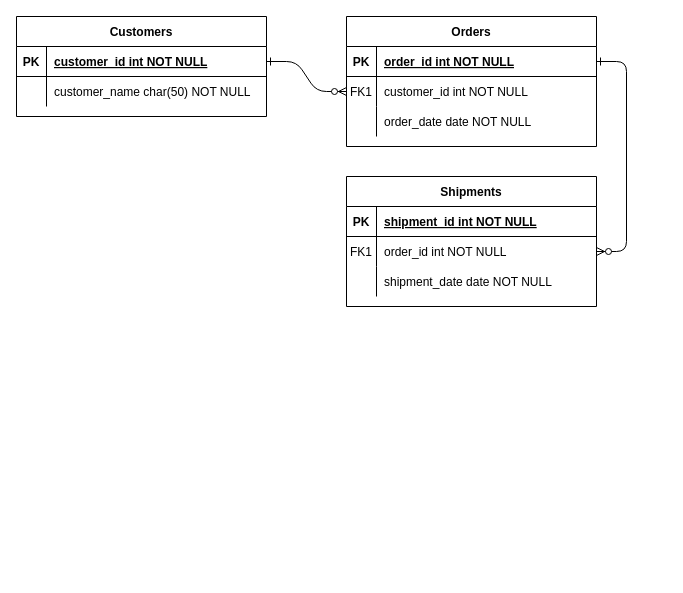
Above: The_Library_Of_Me_ERD.drawio in pierocaceres/The_Library_Of_Me (draw.io), before the change. Source tidied: cells renumbered, new cells numbered last; positions are measured from the earlier drawing's top-left corner, leaving out a move shared by most shapes. Both pictures are drawn from the tidied source at 100%, with x=0, y=0 at pixel (16, 16).
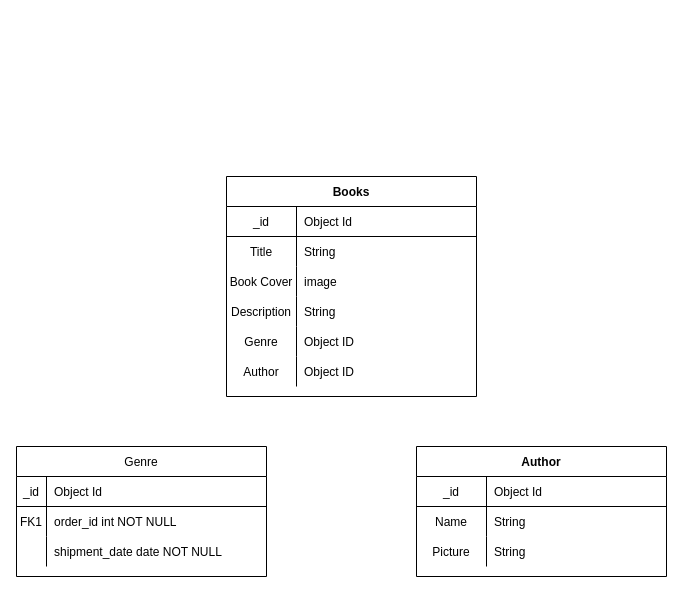
After the change.

Commit message:
Created Author, Genre, Book table

Unchanged cells that the change refers to:
```xml
<mxCell id="8" style="shape=partialRectangle;fillColor=none;points=[[0,0.5],[1,0.5]];portConstraint=eastwest;top=0;left=0;right=0;bottom=0;" parent="4" vertex="1">
  <mxGeometry y="60" width="250" height="30" as="geometry" />
</mxCell>
<mxCell id="15" style="shape=partialRectangle;fillColor=none;top=0;left=0;right=0;bottom=1;" parent="14" vertex="1">
  <mxGeometry y="30" width="250" height="30" as="geometry" />
</mxCell>
<mxCell id="18" style="shape=partialRectangle;fillColor=none;points=[[0,0.5],[1,0.5]];portConstraint=eastwest;top=0;left=0;right=0;bottom=0;" parent="14" vertex="1">
  <mxGeometry y="60" width="250" height="30" as="geometry" />
</mxCell>
<mxCell id="25" style="shape=partialRectangle;fillColor=none;points=[[0,0.5],[1,0.5]];portConstraint=eastwest;top=0;left=0;right=0;bottom=1;" parent="24" vertex="1">
  <mxGeometry y="30" width="250" height="30" as="geometry" />
</mxCell>
<mxCell id="28" style="shape=partialRectangle;fillColor=none;top=0;left=0;right=0;bottom=0;" parent="24" vertex="1">
  <mxGeometry y="60" width="250" height="30" as="geometry" />
</mxCell>
```

What changed in the source:
```diff
@@
-    <mxCell id="2" style="edgeStyle=entityRelationEdgeStyle;endArrow=ERzeroToMany;startArrow=ERone;endFill=1;startFill=0;" parent="1" edge="1" source="25" target="8">
-      <mxGeometry relative="1" as="geometry" />
-    </mxCell>
-    <mxCell id="3" style="edgeStyle=entityRelationEdgeStyle;endArrow=ERzeroToMany;startArrow=ERone;endFill=1;startFill=0;" parent="1" edge="1" source="5" target="18">
-      <mxGeometry relative="1" as="geometry" />
-    </mxCell>
-    <mxCell id="4" value="Orders" style="shape=table;startSize=30;childLayout=tableLayout;rowLines=0;fontStyle=1;align=center;" parent="1" vertex="1">
-      <mxGeometry x="330" width="250" height="130" as="geometry" />
+    <mxCell id="4" value="Books" style="shape=table;startSize=30;childLayout=tableLayout;rowLines=0;fontStyle=1;align=center;" parent="1" vertex="1">
+      <mxGeometry x="210" y="160" width="250" height="220" as="geometry" />
     </mxCell>
-    <mxCell id="5" style="shape=partialRectangle;fillColor=none;points=[[0,0.5],[1,0.5]];portConstraint=eastwest;top=0;left=0;right=0;bottom=1;" parent="4" vertex="1">
+    <mxCell id="5" style="shape=partialRectangle;fillColor=none;points=[[0,0.5],[1,0.5]];portConstraint=eastwest;top=0;left=0;right=0;bottom=1;fontStyle=5;" parent="4" vertex="1">
       <mxGeometry y="30" width="250" height="30" as="geometry" />
     </mxCell>
-    <mxCell id="6" value="PK" style="shape=partialRectangle;overflow=hidden;fillColor=none;top=0;left=0;bottom=0;right=0;fontStyle=1;" parent="5" vertex="1">
-      <mxGeometry width="30" height="30" as="geometry" />
+    <mxCell id="6" value="_id" style="shape=partialRectangle;overflow=hidden;fillColor=none;top=0;left=0;bottom=0;right=0;fontStyle=0;" parent="5" vertex="1">
+      <mxGeometry width="70" height="30" as="geometry" />
     </mxCell>
-    <mxCell id="7" value="order_id int NOT NULL " style="shape=partialRectangle;overflow=hidden;fillColor=none;top=0;left=0;bottom=0;right=0;align=left;spacingLeft=6;fontStyle=5;" parent="5" vertex="1">
-      <mxGeometry x="30" width="220" height="30" as="geometry" />
+    <mxCell id="7" value="Object Id" style="shape=partialRectangle;overflow=hidden;fillColor=none;top=0;left=0;bottom=0;right=0;align=left;spacingLeft=6;fontStyle=0;" parent="5" vertex="1">
+      <mxGeometry x="70" width="180" height="30" as="geometry" />
     </mxCell>
@@
-    <mxCell id="9" value="FK1" style="shape=partialRectangle;overflow=hidden;fillColor=none;top=0;left=0;bottom=0;right=0;" parent="8" vertex="1">
-      <mxGeometry width="30" height="30" as="geometry" />
+    <mxCell id="9" value="Title" style="shape=partialRectangle;overflow=hidden;fillColor=none;top=0;left=0;bottom=0;right=0;" parent="8" vertex="1">
+      <mxGeometry width="70" height="30" as="geometry" />
     </mxCell>
-    <mxCell id="10" value="customer_id int NOT NULL" style="shape=partialRectangle;overflow=hidden;fillColor=none;top=0;left=0;bottom=0;right=0;align=left;spacingLeft=6;" parent="8" vertex="1">
-      <mxGeometry x="30" width="220" height="30" as="geometry" />
+    <mxCell id="10" value="String" style="shape=partialRectangle;overflow=hidden;fillColor=none;top=0;left=0;bottom=0;right=0;align=left;spacingLeft=6;" parent="8" vertex="1">
+      <mxGeometry x="70" width="180" height="30" as="geometry" />
     </mxCell>
-    <mxCell id="11" style="shape=partialRectangle;fillColor=none;top=0;left=0;right=0;bottom=0;" parent="4" vertex="1">
-      <mxGeometry y="90" width="250" height="30" as="geometry" />
-    </mxCell>
-    <mxCell id="12" style="shape=partialRectangle;overflow=hidden;fillColor=none;top=0;left=0;bottom=0;right=0;" parent="11" vertex="1">
-      <mxGeometry width="30" height="30" as="geometry" />
-    </mxCell>
-    <mxCell id="13" value="order_date date NOT NULL" style="shape=partialRectangle;overflow=hidden;fillColor=none;top=0;left=0;bottom=0;right=0;align=left;spacingLeft=6;" parent="11" vertex="1">
-      <mxGeometry x="30" width="220" height="30" as="geometry" />
-    </mxCell>
+    <mxCell id="31" style="shape=partialRectangle;fillColor=none;top=0;left=0;right=0;bottom=0;" parent="4" vertex="1">
+      <mxGeometry y="90" width="250" height="30" as="geometry" />
+    </mxCell>
+    <mxCell id="32" value="Book Cover" style="shape=partialRectangle;overflow=hidden;fillColor=none;top=0;left=0;bottom=0;right=0;" parent="31" vertex="1">
+      <mxGeometry width="70" height="30" as="geometry" />
+    </mxCell>
+    <mxCell id="33" value="image " style="shape=partialRectangle;overflow=hidden;fillColor=none;top=0;left=0;bottom=0;right=0;align=left;spacingLeft=6;" parent="31" vertex="1">
+      <mxGeometry x="70" width="180" height="30" as="geometry" />
+    </mxCell>
+    <mxCell id="34" style="shape=partialRectangle;fillColor=none;top=0;left=0;right=0;bottom=0;" parent="4" vertex="1">
+      <mxGeometry y="120" width="250" height="30" as="geometry" />
+    </mxCell>
+    <mxCell id="35" value="Description" style="shape=partialRectangle;overflow=hidden;fillColor=none;top=0;left=0;bottom=0;right=0;" parent="34" vertex="1">
+      <mxGeometry width="70" height="30" as="geometry" />
+    </mxCell>
+    <mxCell id="36" value="String" style="shape=partialRectangle;overflow=hidden;fillColor=none;top=0;left=0;bottom=0;right=0;align=left;spacingLeft=6;" parent="34" vertex="1">
+      <mxGeometry x="70" width="180" height="30" as="geometry" />
+    </mxCell>
+    <mxCell id="37" style="shape=partialRectangle;fillColor=none;top=0;left=0;right=0;bottom=0;" parent="4" vertex="1">
+      <mxGeometry y="150" width="250" height="30" as="geometry" />
+    </mxCell>
+    <mxCell id="38" value="Genre" style="shape=partialRectangle;overflow=hidden;fillColor=none;top=0;left=0;bottom=0;right=0;" parent="37" vertex="1">
+      <mxGeometry width="70" height="30" as="geometry" />
+    </mxCell>
+    <mxCell id="39" value="Object ID" style="shape=partialRectangle;overflow=hidden;fillColor=none;top=0;left=0;bottom=0;right=0;align=left;spacingLeft=6;" parent="37" vertex="1">
+      <mxGeometry x="70" width="180" height="30" as="geometry" />
+    </mxCell>
+    <mxCell id="40" style="shape=partialRectangle;fillColor=none;top=0;left=0;right=0;bottom=0;" parent="4" vertex="1">
+      <mxGeometry y="180" width="250" height="30" as="geometry" />
+    </mxCell>
+    <mxCell id="41" value="Author" style="shape=partialRectangle;overflow=hidden;fillColor=none;top=0;left=0;bottom=0;right=0;" parent="40" vertex="1">
+      <mxGeometry width="70" height="30" as="geometry" />
+    </mxCell>
+    <mxCell id="42" value="Object ID" style="shape=partialRectangle;overflow=hidden;fillColor=none;top=0;left=0;bottom=0;right=0;align=left;spacingLeft=6;" parent="40" vertex="1">
+      <mxGeometry x="70" width="180" height="30" as="geometry" />
+    </mxCell>
-    <mxCell id="14" value="Shipments" style="shape=table;startSize=30;childLayout=tableLayout;rowLines=0;fontStyle=1;align=center;" parent="1" vertex="1">
-      <mxGeometry x="330" y="160" width="250" height="130" as="geometry" />
+    <mxCell id="14" value="Genre" style="shape=table;startSize=30;childLayout=tableLayout;rowLines=0;fontStyle=0;align=center;" parent="1" vertex="1">
+      <mxGeometry y="430" width="250" height="130" as="geometry" />
     </mxCell>
@@
-    <mxCell id="16" value="PK" style="shape=partialRectangle;overflow=hidden;fillColor=none;top=0;left=0;bottom=0;right=0;fontStyle=1;" parent="15" vertex="1">
+    <mxCell id="16" value="_id" style="shape=partialRectangle;overflow=hidden;fillColor=none;top=0;left=0;bottom=0;right=0;fontStyle=0;" parent="15" vertex="1">
       <mxGeometry width="30" height="30" as="geometry" />
     </mxCell>
-    <mxCell id="17" value="shipment_id int NOT NULL " style="shape=partialRectangle;overflow=hidden;fillColor=none;top=0;left=0;bottom=0;right=0;align=left;spacingLeft=6;fontStyle=5;" parent="15" vertex="1">
+    <mxCell id="17" value="Object Id" style="shape=partialRectangle;overflow=hidden;fillColor=none;top=0;left=0;bottom=0;right=0;align=left;spacingLeft=6;fontStyle=0;" parent="15" vertex="1">
       <mxGeometry x="30" width="220" height="30" as="geometry" />
     </mxCell>
@@
-    <mxCell id="24" value="Customers" style="shape=table;startSize=30;childLayout=tableLayout;rowLines=0;fontStyle=1;align=center;" parent="1" vertex="1">
-      <mxGeometry width="250" height="100" as="geometry" />
+    <mxCell id="24" value="Author" style="shape=table;startSize=30;childLayout=tableLayout;rowLines=0;fontStyle=1;align=center;" parent="1" vertex="1">
+      <mxGeometry x="400" y="430" width="250" height="130" as="geometry" />
     </mxCell>
@@
-    <mxCell id="26" value="PK" style="shape=partialRectangle;overflow=hidden;fillColor=none;top=0;left=0;bottom=0;right=0;fontStyle=1;" parent="25" vertex="1">
-      <mxGeometry width="30" height="30" as="geometry" />
+    <mxCell id="26" value="_id" style="shape=partialRectangle;overflow=hidden;fillColor=none;top=0;left=0;bottom=0;right=0;fontStyle=0;" parent="25" vertex="1">
+      <mxGeometry width="70" height="30" as="geometry" />
     </mxCell>
-    <mxCell id="27" value="customer_id int NOT NULL " style="shape=partialRectangle;overflow=hidden;fillColor=none;top=0;left=0;bottom=0;right=0;align=left;spacingLeft=6;fontStyle=5;" parent="25" vertex="1">
-      <mxGeometry x="30" width="220" height="30" as="geometry" />
+    <mxCell id="27" value="Object Id" style="shape=partialRectangle;overflow=hidden;fillColor=none;top=0;left=0;bottom=0;right=0;align=left;spacingLeft=6;fontStyle=0;" parent="25" vertex="1">
+      <mxGeometry x="70" width="180" height="30" as="geometry" />
     </mxCell>
@@
-    <mxCell id="29" style="shape=partialRectangle;overflow=hidden;fillColor=none;top=0;left=0;bottom=0;right=0;" parent="28" vertex="1">
-      <mxGeometry width="30" height="30" as="geometry" />
+    <mxCell id="29" value="Name" style="shape=partialRectangle;overflow=hidden;fillColor=none;top=0;left=0;bottom=0;right=0;" parent="28" vertex="1">
+      <mxGeometry width="70" height="30" as="geometry" />
     </mxCell>
-    <mxCell id="30" value="customer_name char(50) NOT NULL" style="shape=partialRectangle;overflow=hidden;fillColor=none;top=0;left=0;bottom=0;right=0;align=left;spacingLeft=6;" parent="28" vertex="1">
-      <mxGeometry x="30" width="220" height="30" as="geometry" />
+    <mxCell id="30" value="String" style="shape=partialRectangle;overflow=hidden;fillColor=none;top=0;left=0;bottom=0;right=0;align=left;spacingLeft=6;" parent="28" vertex="1">
+      <mxGeometry x="70" width="180" height="30" as="geometry" />
     </mxCell>
+    <mxCell id="43" style="shape=partialRectangle;fillColor=none;top=0;left=0;right=0;bottom=0;" parent="24" vertex="1">
+      <mxGeometry y="90" width="250" height="30" as="geometry" />
+    </mxCell>
+    <mxCell id="44" value="Picture" style="shape=partialRectangle;overflow=hidden;fillColor=none;top=0;left=0;bottom=0;right=0;" parent="43" vertex="1">
+      <mxGeometry width="70" height="30" as="geometry" />
+    </mxCell>
+    <mxCell id="45" value="String" style="shape=partialRectangle;overflow=hidden;fillColor=none;top=0;left=0;bottom=0;right=0;align=left;spacingLeft=6;" parent="43" vertex="1">
+      <mxGeometry x="70" width="180" height="30" as="geometry" />
+    </mxCell>
```
